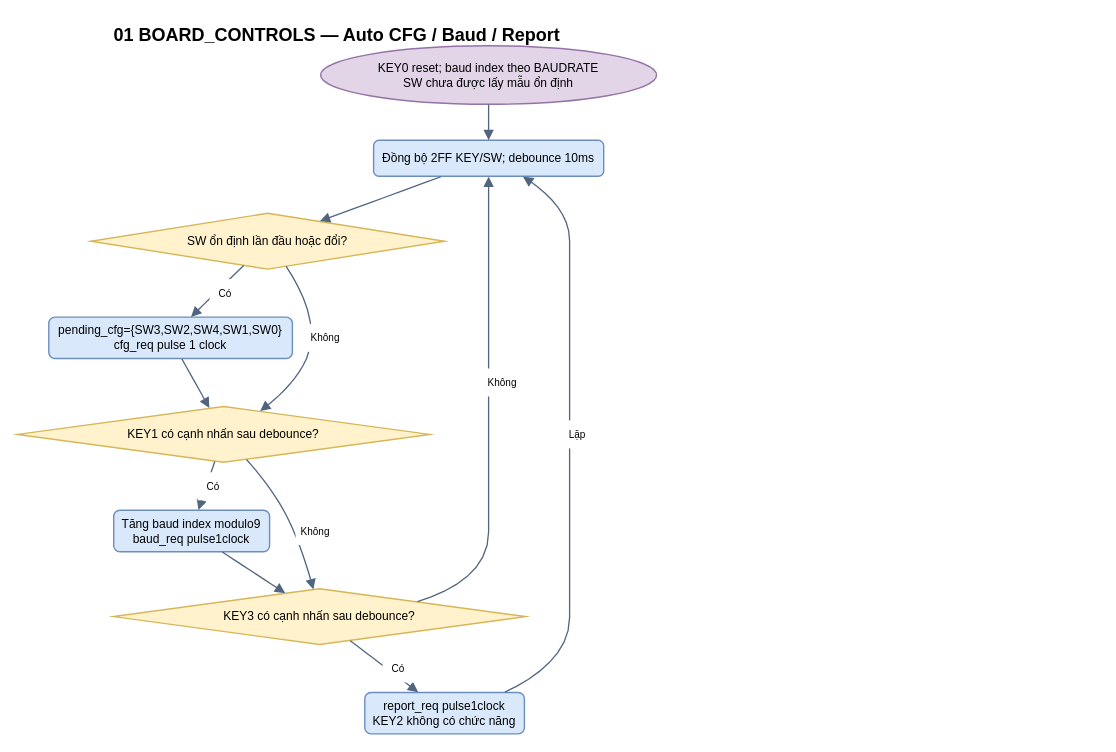
KaneThanh/APB_UART keeps this draw.io diagram as page "14 MASTER - BOARD_CONTROLS_AUTO" (14 of 18) of Architecture_diagram/UART_APB_ARCHITECTURE.drawio. Above is the earlier version. Source tidied: cells renumbered, new cells numbered last; positions are measured from the earlier drawing's top-left corner, leaving out a move shared by most shapes. Both pictures are drawn from the tidied source at 100%, with x=0, y=0 at pixel (17, 17).
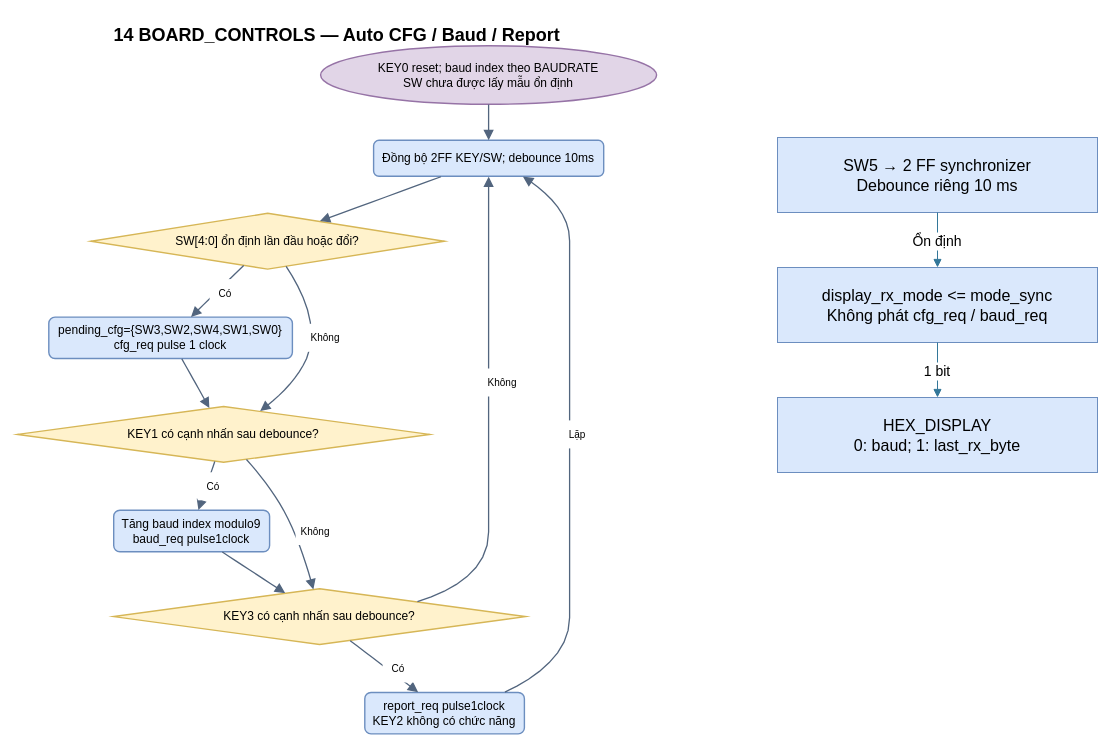
After the change.

What changed in the source:
```diff
@@
-    <mxCell id="4" value="SW ổn định lần đầu hoặc đổi?" style="rhombus;html=0;whiteSpace=wrap;fillColor=#FFF2CC;strokeColor=#D6B656;strokeWidth=1.4;fontFamily=Arial;fontSize=12;align=center;verticalAlign=middle;spacing=6;" parent="1" vertex="1">
+    <mxCell id="4" value="SW[4:0] ổn định lần đầu hoặc đổi?" style="rhombus;html=0;whiteSpace=wrap;fillColor=#FFF2CC;strokeColor=#D6B656;strokeWidth=1.4;fontFamily=Arial;fontSize=12;align=center;verticalAlign=middle;spacing=6;" parent="1" vertex="1">
       <mxGeometry x="73.3" y="195.8" width="353.7" height="55.8" as="geometry" />
     </mxCell>
@@
-    <mxCell id="28" value="01 BOARD_CONTROLS — Auto CFG / Baud / Report" style="text;html=0;strokeColor=none;fillColor=none;fontFamily=Arial;fontSize=18;fontStyle=1;align=center;" parent="1" vertex="1">
+    <mxCell id="28" value="14 BOARD_CONTROLS — Auto CFG / Baud / Report" style="text;html=0;strokeColor=none;fillColor=none;fontFamily=Arial;fontSize=18;fontStyle=1;align=center;" parent="1" vertex="1">
       <mxGeometry width="639.1" height="28" as="geometry" />
     </mxCell>
+    <mxCell id="29" value="SW5 → 2 FF synchronizer&#10;Debounce riêng 10 ms" style="rounded=0;whiteSpace=wrap;html=0;align=center;verticalAlign=middle;fontFamily=Arial;fontSize=16;fillColor=#DAE8FC;strokeColor=#6C8EBF;" parent="1" vertex="1">
+      <mxGeometry x="760" y="120" width="320" height="75" as="geometry" />
+    </mxCell>
+    <mxCell id="30" value="display_rx_mode &lt;= mode_sync&#10;Không phát cfg_req / baud_req" style="rounded=0;whiteSpace=wrap;html=0;align=center;verticalAlign=middle;fontFamily=Arial;fontSize=16;fillColor=#DAE8FC;strokeColor=#6C8EBF;" parent="1" vertex="1">
+      <mxGeometry x="760" y="250" width="320" height="75" as="geometry" />
+    </mxCell>
+    <mxCell id="31" value="HEX_DISPLAY&#10;0: baud; 1: last_rx_byte" style="rounded=0;whiteSpace=wrap;html=0;align=center;verticalAlign=middle;fontFamily=Arial;fontSize=16;fillColor=#DAE8FC;strokeColor=#6C8EBF;" parent="1" vertex="1">
+      <mxGeometry x="760" y="380" width="320" height="75" as="geometry" />
+    </mxCell>
+    <mxCell id="32" value="Ổn định" style="edgeStyle=orthogonalEdgeStyle;rounded=0;html=0;endArrow=block;strokeColor=#337799;fontSize=14;labelBackgroundColor=#ffffff;" parent="1" edge="1" source="29" target="30">
+      <mxGeometry relative="1" as="geometry" />
+    </mxCell>
+    <mxCell id="33" value="1 bit" style="edgeStyle=orthogonalEdgeStyle;rounded=0;html=0;endArrow=block;strokeColor=#337799;fontSize=14;labelBackgroundColor=#ffffff;" parent="1" edge="1" source="30" target="31">
+      <mxGeometry relative="1" as="geometry" />
+    </mxCell>
```
